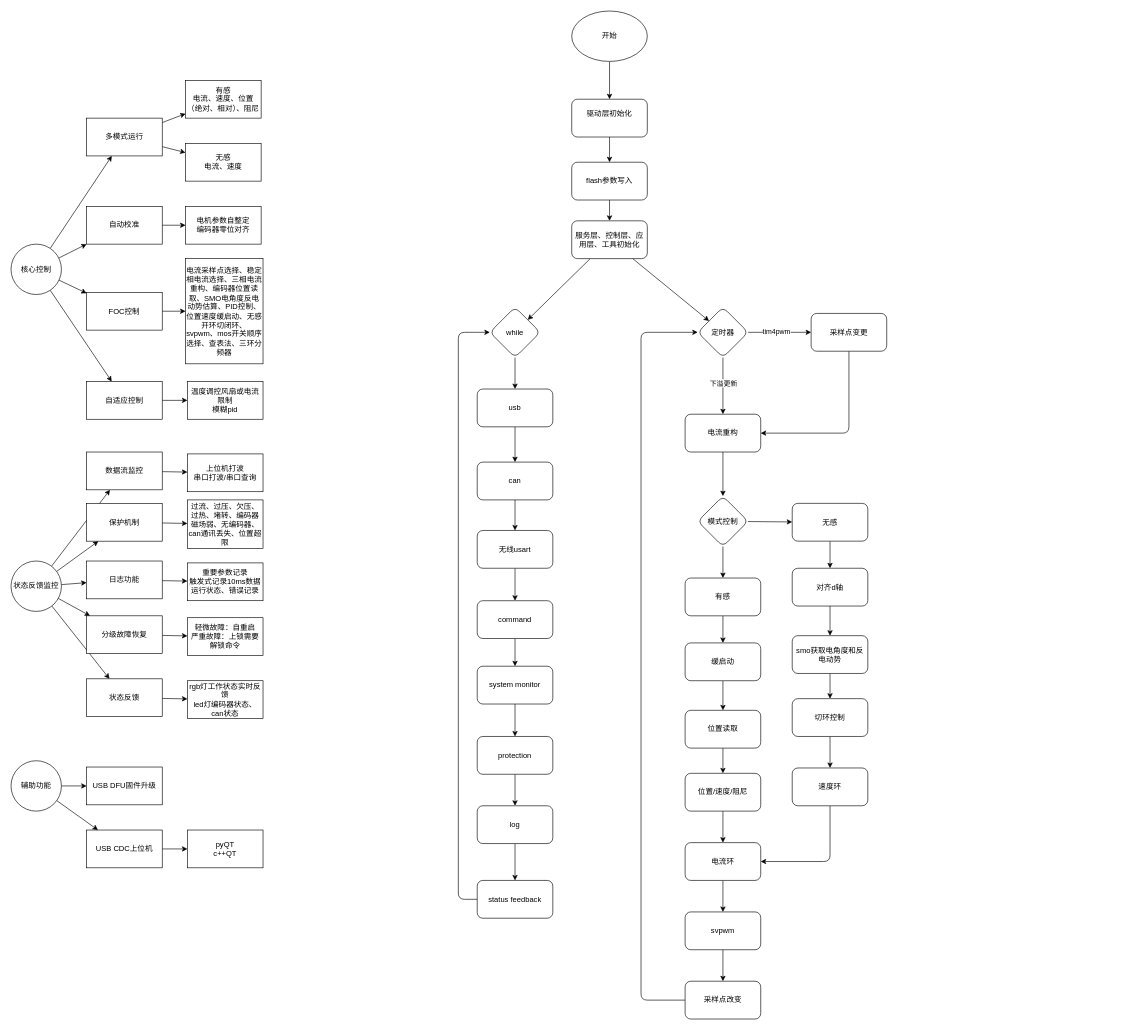
This is XDr/Code/XDrive/core.drawio from xiaowang-rob/User_Item, a draw.io file, before an edit. Source tidied: cells renumbered, new cells numbered last; positions are measured from the earlier drawing's top-left corner, leaving out a move shared by most shapes. Both pictures are drawn from the tidied source at 63%, with x=0, y=0 at pixel (11, 11).
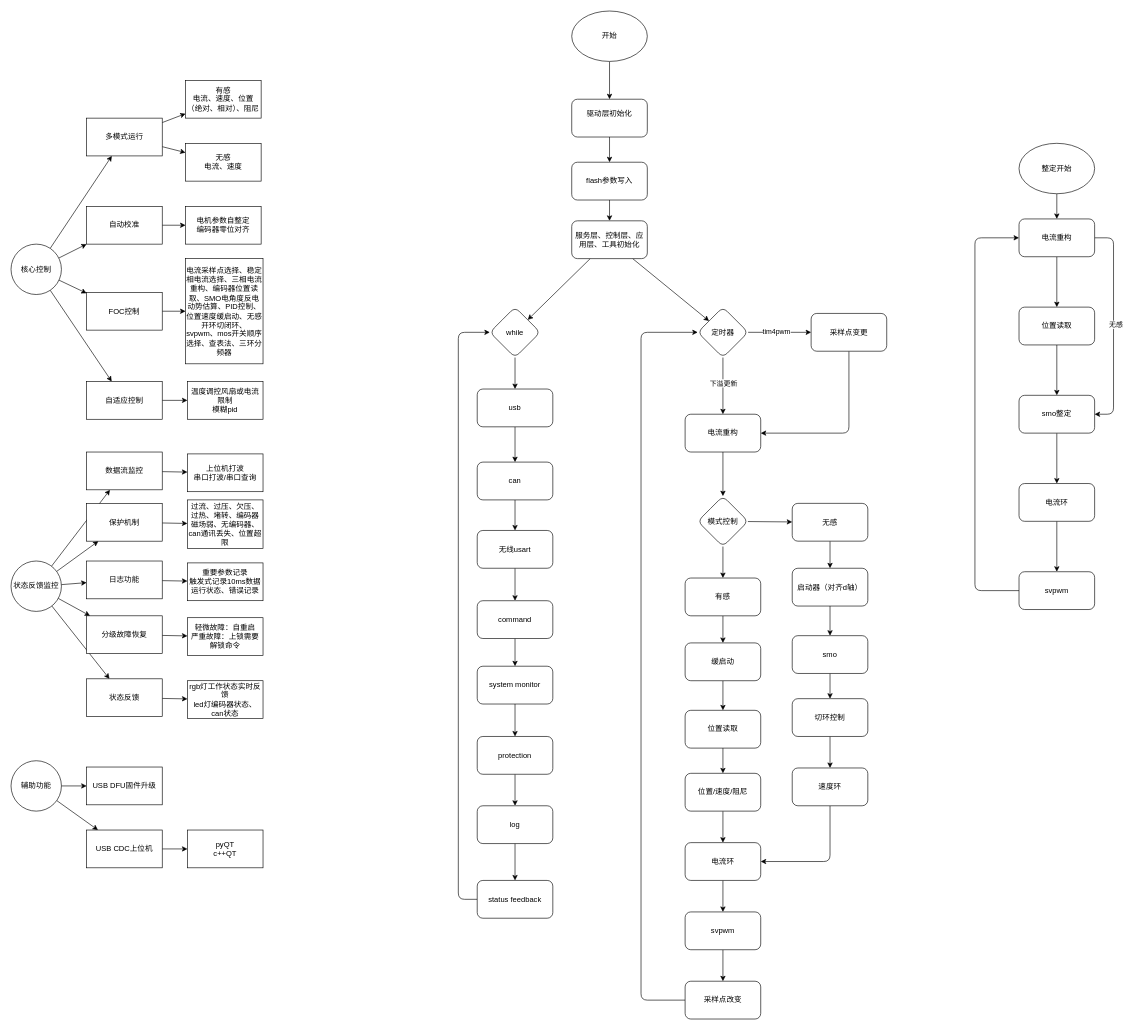
The same page after the edit.

Change to the diagram source:
```diff
@@
-    <mxCell id="74" value="对齐d轴" style="whiteSpace=wrap;html=1;rounded=1;" parent="1" vertex="1">
+    <mxCell id="74" value="启动器（对齐d轴）" style="whiteSpace=wrap;html=1;rounded=1;" parent="1" vertex="1">
       <mxGeometry x="1240" y="884.5" width="120" height="60" as="geometry" />
     </mxCell>
@@
-    <mxCell id="78" value="smo获取电角度和反电动势" style="whiteSpace=wrap;html=1;rounded=1;" parent="1" vertex="1">
+    <mxCell id="78" value="smo" style="whiteSpace=wrap;html=1;rounded=1;" parent="1" vertex="1">
       <mxGeometry x="1240" y="991.5" width="120" height="60" as="geometry" />
     </mxCell>
@@
+    <mxCell id="112" style="edgeStyle=none;html=1;" parent="1" edge="1" source="113" target="117">
+      <mxGeometry relative="1" as="geometry" />
+    </mxCell>
+    <mxCell id="113" value="整定开始" style="ellipse;whiteSpace=wrap;html=1;" parent="1" vertex="1">
+      <mxGeometry x="1600" y="210" width="120" height="80" as="geometry" />
+    </mxCell>
+    <mxCell id="114" style="edgeStyle=none;html=1;" parent="1" edge="1" source="117" target="119">
+      <mxGeometry relative="1" as="geometry" />
+    </mxCell>
+    <mxCell id="115" style="edgeStyle=none;html=1;entryX=1;entryY=0.5;entryDx=0;entryDy=0;" parent="1" edge="1" source="117" target="121">
+      <mxGeometry relative="1" as="geometry">
+        <Array as="points">
+          <mxPoint x="1750" y="360" />
+          <mxPoint x="1750" y="640" />
+        </Array>
+      </mxGeometry>
+    </mxCell>
+    <mxCell id="116" value="无感" style="edgeLabel;html=1;align=center;verticalAlign=middle;" parent="115" vertex="1">
+      <mxGeometry x="-0.02" y="3" relative="1" as="geometry" />
+    </mxCell>
+    <mxCell id="117" value="电流重构" style="whiteSpace=wrap;html=1;rounded=1;" parent="1" vertex="1">
+      <mxGeometry x="1600" y="330" width="120" height="60" as="geometry" />
+    </mxCell>
+    <mxCell id="118" style="edgeStyle=none;html=1;" parent="1" edge="1" source="119" target="121">
+      <mxGeometry relative="1" as="geometry" />
+    </mxCell>
+    <mxCell id="119" value="位置读取" style="whiteSpace=wrap;html=1;rounded=1;" parent="1" vertex="1">
+      <mxGeometry x="1600" y="470" width="120" height="60" as="geometry" />
+    </mxCell>
+    <mxCell id="120" style="edgeStyle=none;html=1;" parent="1" edge="1" source="121" target="123">
+      <mxGeometry relative="1" as="geometry" />
+    </mxCell>
+    <mxCell id="121" value="smo整定" style="whiteSpace=wrap;html=1;rounded=1;" parent="1" vertex="1">
+      <mxGeometry x="1600" y="610" width="120" height="60" as="geometry" />
+    </mxCell>
+    <mxCell id="122" style="edgeStyle=none;html=1;" parent="1" edge="1" source="123" target="125">
+      <mxGeometry relative="1" as="geometry" />
+    </mxCell>
+    <mxCell id="123" value="电流环" style="whiteSpace=wrap;html=1;rounded=1;" parent="1" vertex="1">
+      <mxGeometry x="1600" y="750" width="120" height="60" as="geometry" />
+    </mxCell>
+    <mxCell id="124" style="edgeStyle=none;html=1;entryX=0;entryY=0.5;entryDx=0;entryDy=0;" parent="1" edge="1" source="125" target="117">
+      <mxGeometry relative="1" as="geometry">
+        <Array as="points">
+          <mxPoint x="1530" y="920" />
+          <mxPoint x="1530" y="360" />
+        </Array>
+      </mxGeometry>
+    </mxCell>
+    <mxCell id="125" value="svpwm" style="whiteSpace=wrap;html=1;rounded=1;" parent="1" vertex="1">
+      <mxGeometry x="1600" y="890" width="120" height="60" as="geometry" />
+    </mxCell>
```
